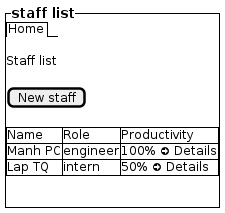
LapTQ/MCT keeps this PlantUML diagram as docs/UML/Prototype/staff-list.png. Above is the earlier version.
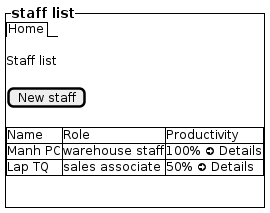
After the commit.

Change to the diagram source:
```diff
@@ -10,8 +10,8 @@
     .
     {#
         Name | Role | Productivity
-        Manh PC  | engineer | 100% <&arrow-circle-right> Details
-        Lap TQ | intern | 50% <&arrow-circle-right> Details
+        Manh PC  | warehouse staff | 100% <&arrow-circle-right> Details
+        Lap TQ | sales associate | 50% <&arrow-circle-right> Details
 
     }
     .
```
